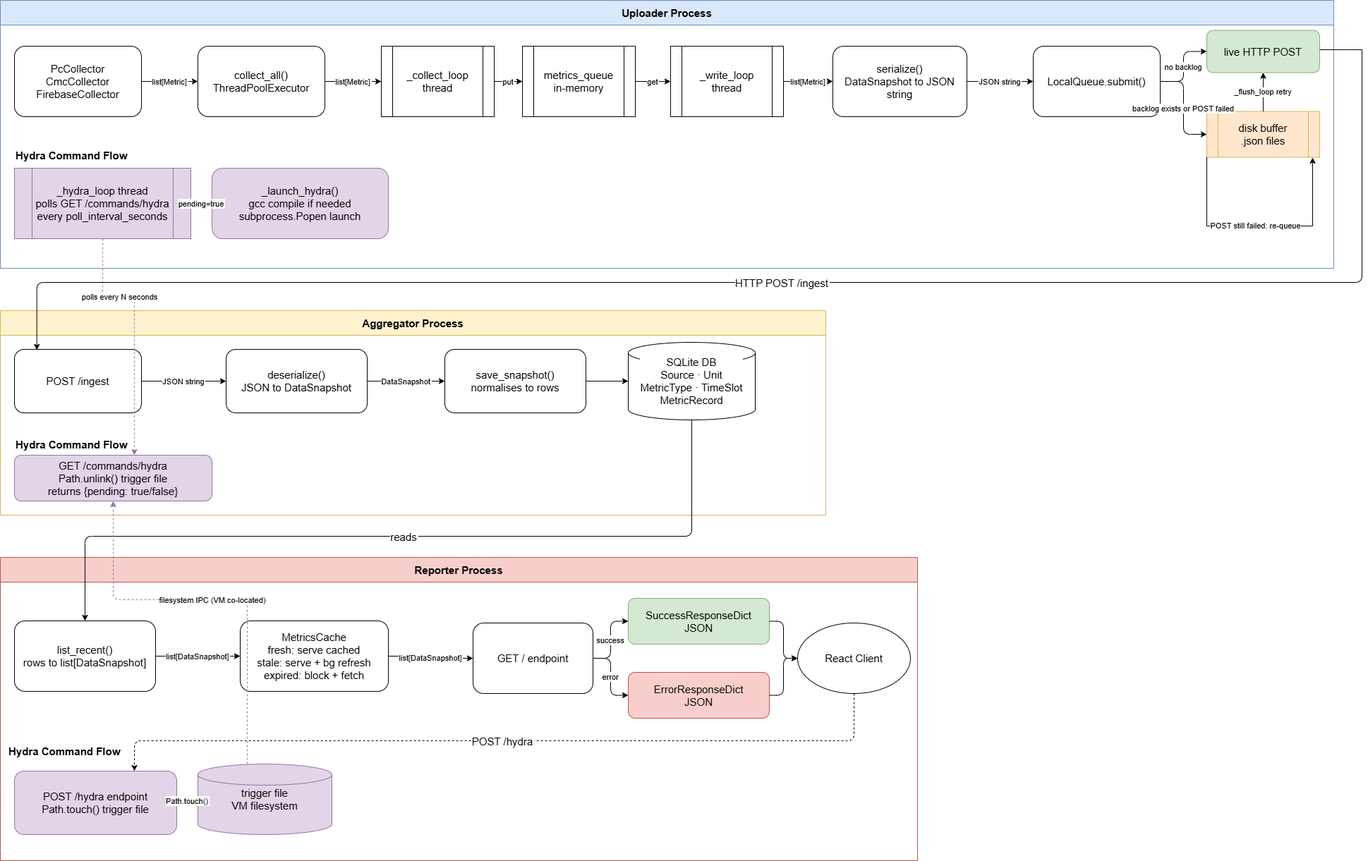
Above: COTC-Data-Flow.png in EoinOKelly/Draw.io (draw.io), before the change. Source tidied: cells renumbered, new cells last; positions are measured from the earlier drawing's top-left corner, leaving out a move shared by most shapes.
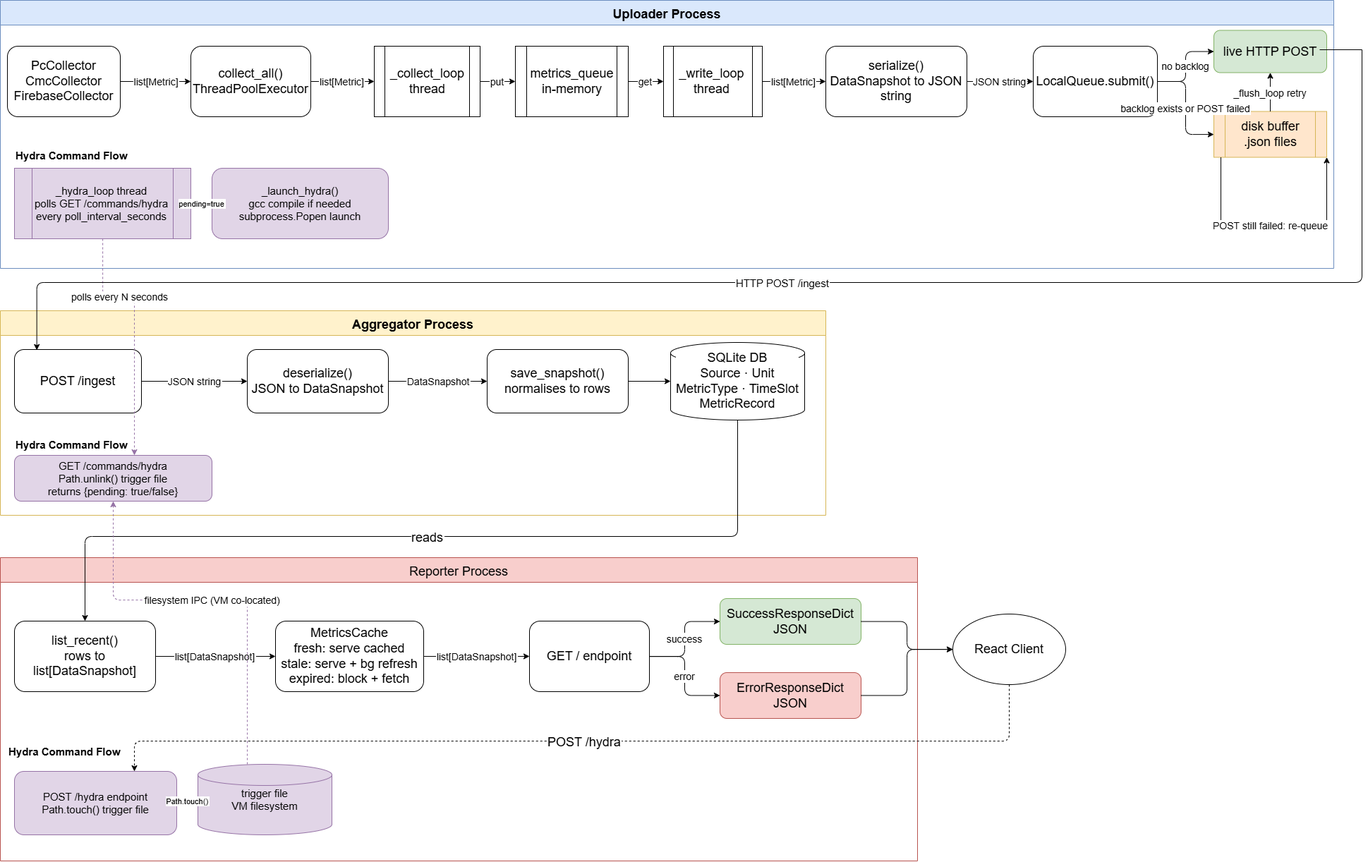
Above is the later version.

Change to the diagram source:
```diff
@@ -2,35 +2,35 @@
   <root>
     <mxCell id="0" />
     <mxCell id="1" parent="0" />
-    <mxCell id="2" value="Uploader Process" style="swimlane;fontStyle=1;startSize=35;fillColor=#dae8fc;strokeColor=#6c8ebf;fontSize=15;" parent="1" vertex="1">
+    <mxCell id="2" value="Uploader Process" style="swimlane;fontStyle=1;startSize=35;fillColor=#dae8fc;strokeColor=#6c8ebf;fontSize=18;" parent="1" vertex="1">
       <mxGeometry width="1890" height="380" as="geometry" />
     </mxCell>
-    <mxCell id="3" value="PcCollector&#10;CmcCollector&#10;FirebaseCollector" style="rounded=1;whiteSpace=wrap;fontSize=15;" parent="2" vertex="1">
-      <mxGeometry x="20" y="65" width="180" height="100" as="geometry" />
+    <mxCell id="3" value="PcCollector&#10;CmcCollector&#10;FirebaseCollector" style="rounded=1;whiteSpace=wrap;fontSize=18;" parent="2" vertex="1">
+      <mxGeometry x="10" y="65" width="160" height="100" as="geometry" />
     </mxCell>
-    <mxCell id="4" value="collect_all()&#10;ThreadPoolExecutor" style="rounded=1;whiteSpace=wrap;fontSize=15;" parent="2" vertex="1">
-      <mxGeometry x="280" y="65" width="180" height="100" as="geometry" />
+    <mxCell id="4" value="collect_all()&#10;ThreadPoolExecutor" style="rounded=1;whiteSpace=wrap;fontSize=18;" parent="2" vertex="1">
+      <mxGeometry x="270" y="65" width="170" height="100" as="geometry" />
     </mxCell>
-    <mxCell id="5" value="_collect_loop&#10;thread" style="shape=process;whiteSpace=wrap;fontSize=15;" parent="2" vertex="1">
-      <mxGeometry x="540" y="65" width="160" height="100" as="geometry" />
+    <mxCell id="5" value="_collect_loop&#10;thread" style="shape=process;whiteSpace=wrap;fontSize=18;" parent="2" vertex="1">
+      <mxGeometry x="530" y="65" width="150" height="100" as="geometry" />
     </mxCell>
-    <mxCell id="6" value="metrics_queue&#10;in-memory" style="shape=process;whiteSpace=wrap;fontSize=15;" parent="2" vertex="1">
-      <mxGeometry x="740" y="65" width="160" height="100" as="geometry" />
+    <mxCell id="6" value="metrics_queue&#10;in-memory" style="shape=process;whiteSpace=wrap;fontSize=18;" parent="2" vertex="1">
+      <mxGeometry x="730" y="65" width="160" height="100" as="geometry" />
     </mxCell>
-    <mxCell id="7" value="_write_loop&#10;thread" style="shape=process;whiteSpace=wrap;fontSize=15;" parent="2" vertex="1">
-      <mxGeometry x="950" y="65" width="160" height="100" as="geometry" />
+    <mxCell id="7" value="_write_loop&#10;thread" style="shape=process;whiteSpace=wrap;fontSize=18;" parent="2" vertex="1">
+      <mxGeometry x="940" y="65" width="140" height="100" as="geometry" />
     </mxCell>
-    <mxCell id="8" value="serialize()&#10;DataSnapshot to JSON string" style="rounded=1;whiteSpace=wrap;fontSize=15;" parent="2" vertex="1">
-      <mxGeometry x="1180" y="65" width="190" height="100" as="geometry" />
+    <mxCell id="8" value="serialize()&#10;DataSnapshot to JSON string" style="rounded=1;whiteSpace=wrap;fontSize=18;" parent="2" vertex="1">
+      <mxGeometry x="1170" y="65" width="200" height="100" as="geometry" />
     </mxCell>
-    <mxCell id="9" value="LocalQueue.submit()" style="rounded=1;whiteSpace=wrap;fontSize=15;" parent="2" vertex="1">
-      <mxGeometry x="1464" y="65" width="180" height="100" as="geometry" />
+    <mxCell id="9" value="LocalQueue.submit()" style="rounded=1;whiteSpace=wrap;fontSize=18;" parent="2" vertex="1">
+      <mxGeometry x="1464" y="65" width="176" height="100" as="geometry" />
     </mxCell>
-    <mxCell id="10" value="live HTTP POST" style="rounded=1;whiteSpace=wrap;fillColor=#d5e8d4;strokeColor=#82b366;fontSize=15;" parent="2" vertex="1">
-      <mxGeometry x="1710" y="42.5" width="160" height="60" as="geometry" />
+    <mxCell id="10" value="live HTTP POST" style="rounded=1;whiteSpace=wrap;fillColor=#d5e8d4;strokeColor=#82b366;fontSize=18;" parent="2" vertex="1">
+      <mxGeometry x="1720" y="42.5" width="160" height="60" as="geometry" />
     </mxCell>
-    <mxCell id="11" value="disk buffer&#10;.json files" style="shape=process;whiteSpace=wrap;fillColor=#ffe6cc;strokeColor=#d6b656;fontSize=15;" parent="2" vertex="1">
-      <mxGeometry x="1710" y="157.5" width="160" height="65" as="geometry" />
+    <mxCell id="11" value="disk buffer&#10;.json files" style="shape=process;whiteSpace=wrap;fillColor=#ffe6cc;strokeColor=#d6b656;fontSize=18;" parent="2" vertex="1">
+      <mxGeometry x="1720" y="157.5" width="160" height="65" as="geometry" />
     </mxCell>
     <mxCell id="12" value="Hydra Command Flow" style="text;fontStyle=1;fontSize=15;fillColor=none;strokeColor=none;align=left;" parent="2" vertex="1">
       <mxGeometry x="20" y="205" width="260" height="25" as="geometry" />
@@ -41,62 +41,61 @@
     <mxCell id="14" value="_launch_hydra()&#10;gcc compile if needed&#10;subprocess.Popen launch" style="rounded=1;whiteSpace=wrap;fillColor=#e1d5e7;strokeColor=#9673a6;fontSize=15;" parent="2" vertex="1">
       <mxGeometry x="300" y="238" width="250" height="100" as="geometry" />
     </mxCell>
-    <mxCell id="15" value="list[Metric]" style="edgeStyle=orthogonalEdgeStyle;" parent="2" edge="1" source="3" target="4">
+    <mxCell id="15" value="list[Metric]" style="edgeStyle=orthogonalEdgeStyle;fontSize=14;" parent="2" edge="1" source="3" target="4">
       <mxGeometry relative="1" as="geometry" />
     </mxCell>
-    <mxCell id="16" value="list[Metric]" style="edgeStyle=orthogonalEdgeStyle;" parent="2" edge="1" source="4" target="5">
+    <mxCell id="16" value="list[Metric]" style="edgeStyle=orthogonalEdgeStyle;fontSize=14;" parent="2" edge="1" source="4" target="5">
       <mxGeometry relative="1" as="geometry" />
     </mxCell>
-    <mxCell id="17" value="put" style="edgeStyle=orthogonalEdgeStyle;" parent="2" edge="1" source="5" target="6">
+    <mxCell id="17" value="put" style="edgeStyle=orthogonalEdgeStyle;fontSize=14;" parent="2" edge="1" source="5" target="6">
       <mxGeometry relative="1" as="geometry" />
     </mxCell>
-    <mxCell id="18" value="get" style="edgeStyle=orthogonalEdgeStyle;" parent="2" edge="1" source="6" target="7">
+    <mxCell id="18" value="get" style="edgeStyle=orthogonalEdgeStyle;fontSize=14;" parent="2" edge="1" source="6" target="7">
       <mxGeometry relative="1" as="geometry" />
     </mxCell>
-    <mxCell id="19" value="list[Metric]" style="edgeStyle=orthogonalEdgeStyle;" parent="2" edge="1" source="7" target="8">
+    <mxCell id="19" value="list[Metric]" style="edgeStyle=orthogonalEdgeStyle;fontSize=14;" parent="2" edge="1" source="7" target="8">
       <mxGeometry relative="1" as="geometry" />
     </mxCell>
-    <mxCell id="20" value="JSON string" style="edgeStyle=orthogonalEdgeStyle;" parent="2" edge="1" source="8" target="9">
+    <mxCell id="20" value="JSON string" style="edgeStyle=orthogonalEdgeStyle;fontSize=14;" parent="2" edge="1" source="8" target="9">
       <mxGeometry relative="1" as="geometry" />
     </mxCell>
-    <mxCell id="21" value="no backlog" style="edgeStyle=orthogonalEdgeStyle;" parent="2" edge="1" source="9" target="10">
+    <mxCell id="21" value="no backlog" style="edgeStyle=orthogonalEdgeStyle;fontSize=14;" parent="2" edge="1" source="9" target="10">
       <mxGeometry relative="1" as="geometry" />
     </mxCell>
-    <mxCell id="22" value="backlog exists or POST failed" style="edgeStyle=orthogonalEdgeStyle;" parent="2" edge="1" source="9" target="11">
+    <mxCell id="22" value="backlog exists or POST failed" style="edgeStyle=orthogonalEdgeStyle;fontSize=14;" parent="2" edge="1" source="9" target="11">
       <mxGeometry relative="1" as="geometry" />
     </mxCell>
-    <mxCell id="23" value="_flush_loop retry" style="edgeStyle=orthogonalEdgeStyle;" parent="2" edge="1" source="11" target="10">
+    <mxCell id="23" value="_flush_loop retry" style="edgeStyle=orthogonalEdgeStyle;fontSize=14;" parent="2" edge="1" source="11" target="10">
       <mxGeometry relative="1" as="geometry" />
     </mxCell>
     <mxCell id="24" value="pending=true" style="edgeStyle=orthogonalEdgeStyle;" parent="2" edge="1" source="13" target="14">
       <mxGeometry relative="1" as="geometry" />
     </mxCell>
-    <mxCell id="25" style="edgeStyle=orthogonalEdgeStyle;rounded=0;jettySize=auto;html=1;" parent="2" edge="1" source="11">
+    <mxCell id="25" style="edgeStyle=orthogonalEdgeStyle;rounded=0;orthogonalLoop=1;jettySize=auto;html=1;entryX=1;entryY=1;entryDx=0;entryDy=0;" parent="2" edge="1" source="11" target="11">
       <mxGeometry relative="1" as="geometry">
-        <mxPoint x="1860" y="223" as="targetPoint" />
         <Array as="points">
-          <mxPoint x="1710" y="320" />
-          <mxPoint x="1860" y="320" />
+          <mxPoint x="1730" y="320" />
+          <mxPoint x="1880" y="320" />
         </Array>
       </mxGeometry>
     </mxCell>
-    <mxCell id="26" value="POST still failed: re-queue" style="edgeLabel;html=1;align=center;verticalAlign=middle;" parent="25" vertex="1">
+    <mxCell id="26" value="&lt;font style=&quot;font-size: 14px;&quot;&gt;POST still failed: re-queue&lt;/font&gt;" style="edgeLabel;html=1;align=center;verticalAlign=middle;" parent="25" vertex="1">
       <mxGeometry x="-0.03" y="1" relative="1" as="geometry" />
     </mxCell>
-    <mxCell id="27" value="Aggregator Process" style="swimlane;fontStyle=1;startSize=35;fillColor=#fff2cc;strokeColor=#d6b656;fontSize=15;" parent="1" vertex="1">
+    <mxCell id="27" value="Aggregator Process" style="swimlane;fontStyle=1;startSize=35;fillColor=#fff2cc;strokeColor=#d6b656;fontSize=18;" parent="1" vertex="1">
       <mxGeometry y="440" width="1170" height="290" as="geometry" />
     </mxCell>
-    <mxCell id="28" value="POST /ingest" style="rounded=1;whiteSpace=wrap;fontSize=15;" parent="27" vertex="1">
+    <mxCell id="28" value="POST /ingest" style="rounded=1;whiteSpace=wrap;fontSize=18;" parent="27" vertex="1">
       <mxGeometry x="20" y="55" width="180" height="90" as="geometry" />
     </mxCell>
-    <mxCell id="29" value="deserialize()&#10;JSON to DataSnapshot" style="rounded=1;whiteSpace=wrap;fontSize=15;" parent="27" vertex="1">
-      <mxGeometry x="320" y="55" width="200" height="90" as="geometry" />
+    <mxCell id="29" value="deserialize()&#10;JSON to DataSnapshot" style="rounded=1;whiteSpace=wrap;fontSize=18;" parent="27" vertex="1">
+      <mxGeometry x="350" y="55" width="200" height="90" as="geometry" />
     </mxCell>
-    <mxCell id="30" value="save_snapshot()&#10;normalises to rows" style="rounded=1;whiteSpace=wrap;fontSize=15;" parent="27" vertex="1">
-      <mxGeometry x="630" y="55" width="200" height="90" as="geometry" />
+    <mxCell id="30" value="save_snapshot()&#10;normalises to rows" style="rounded=1;whiteSpace=wrap;fontSize=18;" parent="27" vertex="1">
+      <mxGeometry x="690" y="55" width="200" height="90" as="geometry" />
     </mxCell>
-    <mxCell id="31" value="SQLite DB&#10;Source · Unit&#10;MetricType · TimeSlot&#10;MetricRecord" style="shape=cylinder3;whiteSpace=wrap;fontSize=15;labelBackgroundColor=default;" parent="27" vertex="1">
-      <mxGeometry x="890" y="45" width="180" height="110" as="geometry" />
+    <mxCell id="31" value="SQLite DB&#10;Source · Unit&#10;MetricType · TimeSlot&#10;MetricRecord" style="shape=cylinder3;whiteSpace=wrap;fontSize=18;labelBackgroundColor=default;" parent="27" vertex="1">
+      <mxGeometry x="950" y="45" width="190" height="110" as="geometry" />
     </mxCell>
     <mxCell id="32" value="Hydra Command Flow" style="text;fontStyle=1;fontSize=15;fillColor=none;strokeColor=none;align=left;" parent="27" vertex="1">
       <mxGeometry x="20" y="175" width="260" height="25" as="geometry" />
@@ -104,36 +103,33 @@
     <mxCell id="33" value="GET /commands/hydra&#10;Path.unlink() trigger file&#10;returns {pending: true/false}" style="rounded=1;whiteSpace=wrap;fillColor=#e1d5e7;strokeColor=#9673a6;fontSize=15;" parent="27" vertex="1">
       <mxGeometry x="20" y="205" width="280" height="65" as="geometry" />
     </mxCell>
-    <mxCell id="34" value="JSON string" style="edgeStyle=orthogonalEdgeStyle;" parent="27" edge="1" source="28" target="29">
+    <mxCell id="34" value="JSON string" style="edgeStyle=orthogonalEdgeStyle;fontSize=14;" parent="27" edge="1" source="28" target="29">
       <mxGeometry relative="1" as="geometry" />
     </mxCell>
-    <mxCell id="35" value="DataSnapshot" style="edgeStyle=orthogonalEdgeStyle;" parent="27" edge="1" source="29" target="30">
+    <mxCell id="35" value="DataSnapshot" style="edgeStyle=orthogonalEdgeStyle;fontSize=14;" parent="27" edge="1" source="29" target="30">
       <mxGeometry relative="1" as="geometry" />
     </mxCell>
     <mxCell id="36" style="edgeStyle=orthogonalEdgeStyle;" parent="27" edge="1" source="30" target="31">
       <mxGeometry relative="1" as="geometry" />
     </mxCell>
-    <mxCell id="37" value="Reporter Process" style="swimlane;fontStyle=1;startSize=35;fillColor=#f8cecc;strokeColor=#b85450;fontSize=15;" parent="1" vertex="1">
+    <mxCell id="37" value="Reporter Process" style="swimlane;fontStyle=0;startSize=35;fillColor=#f8cecc;strokeColor=#b85450;fontSize=18;" parent="1" vertex="1">
       <mxGeometry y="790" width="1300" height="430" as="geometry" />
     </mxCell>
-    <mxCell id="38" value="list_recent()&#10;rows to list[DataSnapshot]" style="rounded=1;whiteSpace=wrap;fontSize=15;" parent="37" vertex="1">
+    <mxCell id="38" value="list_recent()&#10;rows to list[DataSnapshot]" style="rounded=1;whiteSpace=wrap;fontSize=18;" parent="37" vertex="1">
       <mxGeometry x="20" y="90" width="200" height="100" as="geometry" />
     </mxCell>
-    <mxCell id="39" value="MetricsCache&#10;fresh: serve cached&#10;stale: serve + bg refresh&#10;expired: block + fetch" style="rounded=1;whiteSpace=wrap;fontSize=15;" parent="37" vertex="1">
-      <mxGeometry x="340" y="90" width="210" height="100" as="geometry" />
+    <mxCell id="39" value="MetricsCache&#10;fresh: serve cached&#10;stale: serve + bg refresh&#10;expired: block + fetch" style="rounded=1;whiteSpace=wrap;fontSize=18;" parent="37" vertex="1">
+      <mxGeometry x="390" y="90" width="210" height="100" as="geometry" />
     </mxCell>
-    <mxCell id="40" value="GET / endpoint" style="rounded=1;whiteSpace=wrap;fontSize=15;" parent="37" vertex="1">
-      <mxGeometry x="670" y="93" width="170" height="100" as="geometry" />
+    <mxCell id="40" value="GET / endpoint" style="rounded=1;whiteSpace=wrap;fontSize=18;" parent="37" vertex="1">
+      <mxGeometry x="750" y="90" width="170" height="100" as="geometry" />
     </mxCell>
-    <mxCell id="41" value="SuccessResponseDict&#10;JSON" style="rounded=1;whiteSpace=wrap;fillColor=#d5e8d4;strokeColor=#82b366;fontSize=15;" parent="37" vertex="1">
-      <mxGeometry x="890" y="58" width="200" height="65" as="geometry" />
+    <mxCell id="41" value="SuccessResponseDict&#10;JSON" style="rounded=1;whiteSpace=wrap;fillColor=#d5e8d4;strokeColor=#82b366;fontSize=18;" parent="37" vertex="1">
+      <mxGeometry x="1020" y="58" width="200" height="65" as="geometry" />
     </mxCell>
-    <mxCell id="42" value="ErrorResponseDict&#10;JSON" style="rounded=1;whiteSpace=wrap;fillColor=#f8cecc;strokeColor=#b85450;fontSize=15;" parent="37" vertex="1">
-      <mxGeometry x="890" y="163" width="200" height="65" as="geometry" />
+    <mxCell id="42" value="ErrorResponseDict&#10;JSON" style="rounded=1;whiteSpace=wrap;fillColor=#f8cecc;strokeColor=#b85450;fontSize=18;" parent="37" vertex="1">
+      <mxGeometry x="1020" y="163" width="200" height="65" as="geometry" />
     </mxCell>
-    <mxCell id="43" value="React Client" style="ellipse;whiteSpace=wrap;fontSize=15;" parent="37" vertex="1">
-      <mxGeometry x="1130" y="93" width="160" height="100" as="geometry" />
-    </mxCell>
     <mxCell id="44" value="Hydra Command Flow" style="text;fontStyle=1;fontSize=15;fillColor=none;strokeColor=none;align=left;" parent="37" vertex="1">
       <mxGeometry x="10" y="260" width="260" height="25" as="geometry" />
     </mxCell>
@@ -143,36 +139,22 @@
     <mxCell id="46" value="trigger file&#10;VM filesystem" style="shape=cylinder3;whiteSpace=wrap;fillColor=#e1d5e7;strokeColor=#9673a6;fontSize=15;" parent="37" vertex="1">
       <mxGeometry x="280" y="293" width="190" height="100" as="geometry" />
     </mxCell>
-    <mxCell id="47" value="list[DataSnapshot]" style="edgeStyle=orthogonalEdgeStyle;" parent="37" edge="1" source="38" target="39">
+    <mxCell id="47" value="list[DataSnapshot]" style="edgeStyle=orthogonalEdgeStyle;fontSize=14;" parent="37" edge="1" source="38" target="39">
       <mxGeometry relative="1" as="geometry" />
     </mxCell>
-    <mxCell id="48" value="list[DataSnapshot]" style="edgeStyle=orthogonalEdgeStyle;" parent="37" edge="1" source="39" target="40">
+    <mxCell id="48" value="list[DataSnapshot]" style="edgeStyle=orthogonalEdgeStyle;fontSize=14;" parent="37" edge="1" source="39" target="40">
       <mxGeometry relative="1" as="geometry" />
     </mxCell>
-    <mxCell id="49" value="success" style="edgeStyle=orthogonalEdgeStyle;" parent="37" edge="1" source="40" target="41">
+    <mxCell id="49" value="success" style="edgeStyle=orthogonalEdgeStyle;fontSize=14;" parent="37" edge="1" source="40" target="41">
       <mxGeometry relative="1" as="geometry" />
     </mxCell>
-    <mxCell id="50" value="error" style="edgeStyle=orthogonalEdgeStyle;" parent="37" edge="1" source="40" target="42">
+    <mxCell id="50" value="error" style="edgeStyle=orthogonalEdgeStyle;fontSize=14;" parent="37" edge="1" source="40" target="42">
       <mxGeometry relative="1" as="geometry" />
     </mxCell>
-    <mxCell id="51" style="edgeStyle=orthogonalEdgeStyle;" parent="37" edge="1" source="41" target="43">
-      <mxGeometry relative="1" as="geometry" />
-    </mxCell>
-    <mxCell id="52" style="edgeStyle=orthogonalEdgeStyle;" parent="37" edge="1" source="42" target="43">
-      <mxGeometry relative="1" as="geometry" />
-    </mxCell>
     <mxCell id="53" value="Path.touch()" style="edgeStyle=orthogonalEdgeStyle;" parent="37" edge="1" source="45" target="46">
       <mxGeometry relative="1" as="geometry" />
     </mxCell>
-    <mxCell id="54" value="POST /hydra" style="edgeStyle=orthogonalEdgeStyle;dashed=1;fontSize=15;" parent="37" edge="1" source="43" target="45">
-      <mxGeometry relative="1" as="geometry">
-        <Array as="points">
-          <mxPoint x="1210" y="260" />
-          <mxPoint x="190" y="260" />
-        </Array>
-      </mxGeometry>
-    </mxCell>
-    <mxCell id="55" value="reads" style="edgeStyle=elbowEdgeStyle;elbow=vertical;fontSize=15;" parent="1" edge="1" source="31" target="38">
+    <mxCell id="55" value="reads" style="edgeStyle=elbowEdgeStyle;elbow=vertical;fontSize=18;" parent="1" edge="1" source="31" target="38">
       <mxGeometry relative="1" as="geometry">
         <Array as="points">
           <mxPoint x="550" y="760" />
@@ -187,10 +169,10 @@
         </Array>
       </mxGeometry>
     </mxCell>
-    <mxCell id="57" value="polls every N seconds" style="edgeLabel;html=1;align=center;verticalAlign=middle;" parent="56" vertex="1">
+    <mxCell id="57" value="&lt;font style=&quot;font-size: 14px;&quot;&gt;polls every N seconds&lt;/font&gt;" style="edgeLabel;html=1;align=center;verticalAlign=middle;" parent="56" vertex="1">
       <mxGeometry x="-0.4" relative="1" as="geometry" />
     </mxCell>
-    <mxCell id="58" value="filesystem IPC (VM co-located)" style="edgeStyle=orthogonalEdgeStyle;dashed=1;strokeColor=#9673a6;" parent="1" edge="1" source="46" target="33">
+    <mxCell id="58" value="filesystem IPC (VM co-located)" style="edgeStyle=orthogonalEdgeStyle;dashed=1;strokeColor=#9673a6;fontSize=14;" parent="1" edge="1" source="46" target="33">
       <mxGeometry relative="1" as="geometry">
         <Array as="points">
           <mxPoint x="350" y="850" />
@@ -213,5 +195,22 @@
         <mxPoint x="1930" y="70" as="targetPoint" />
       </mxGeometry>
     </mxCell>
+    <mxCell id="43" value="React Client" style="ellipse;whiteSpace=wrap;fontSize=18;" parent="1" vertex="1">
+      <mxGeometry x="1350" y="870" width="160" height="100" as="geometry" />
+    </mxCell>
+    <mxCell id="51" style="edgeStyle=orthogonalEdgeStyle;" parent="1" edge="1" source="41" target="43">
+      <mxGeometry relative="1" as="geometry" />
+    </mxCell>
+    <mxCell id="52" style="edgeStyle=orthogonalEdgeStyle;" parent="1" edge="1" source="42" target="43">
+      <mxGeometry relative="1" as="geometry" />
+    </mxCell>
+    <mxCell id="54" value="POST /hydra" style="edgeStyle=orthogonalEdgeStyle;dashed=1;fontSize=18;" parent="1" edge="1" source="43" target="45">
+      <mxGeometry relative="1" as="geometry">
+        <Array as="points">
+          <mxPoint x="1430" y="1050" />
+          <mxPoint x="190" y="1050" />
+        </Array>
+      </mxGeometry>
+    </mxCell>
   </root>
 </mxGraphModel>
```
